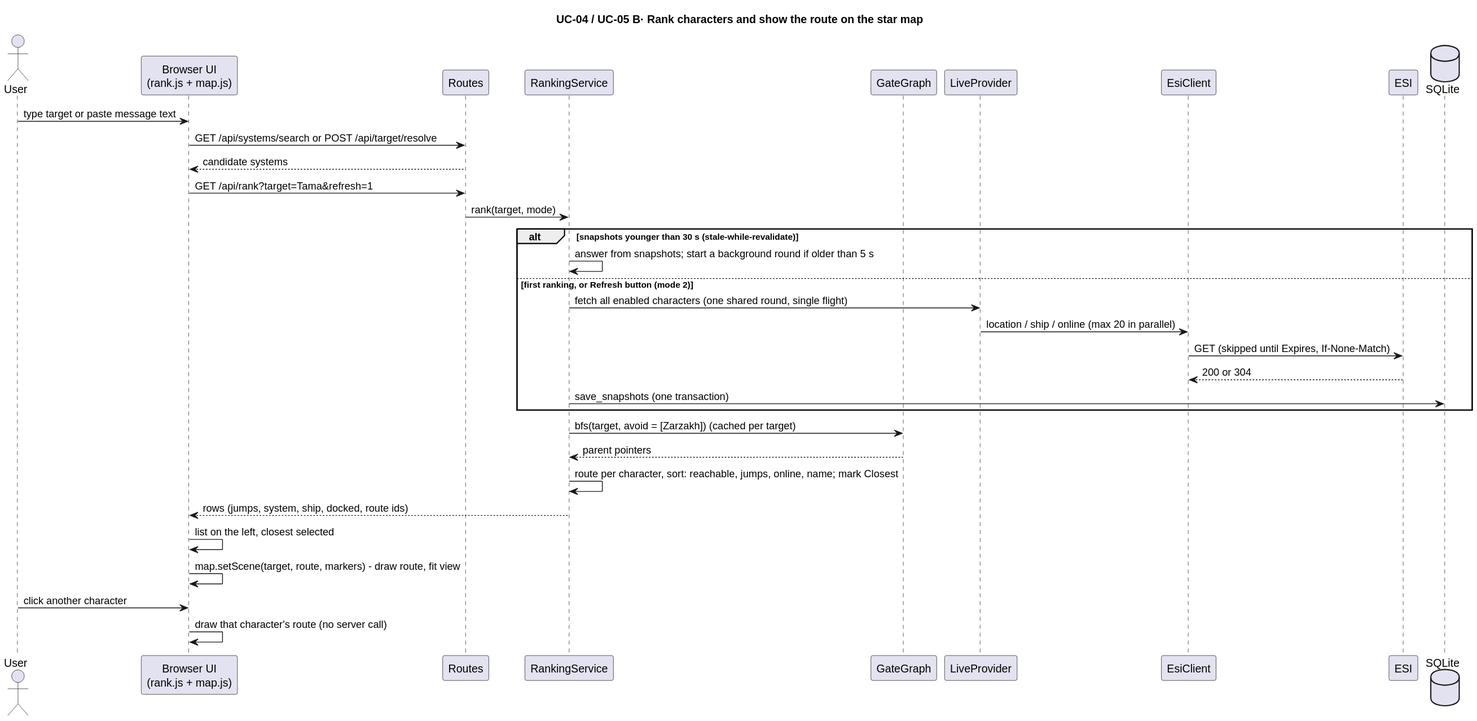
Above: docs/diagrams/seq-rank-and-map.svg in Headruner/war-bot-2 (PlantUML), before the change.
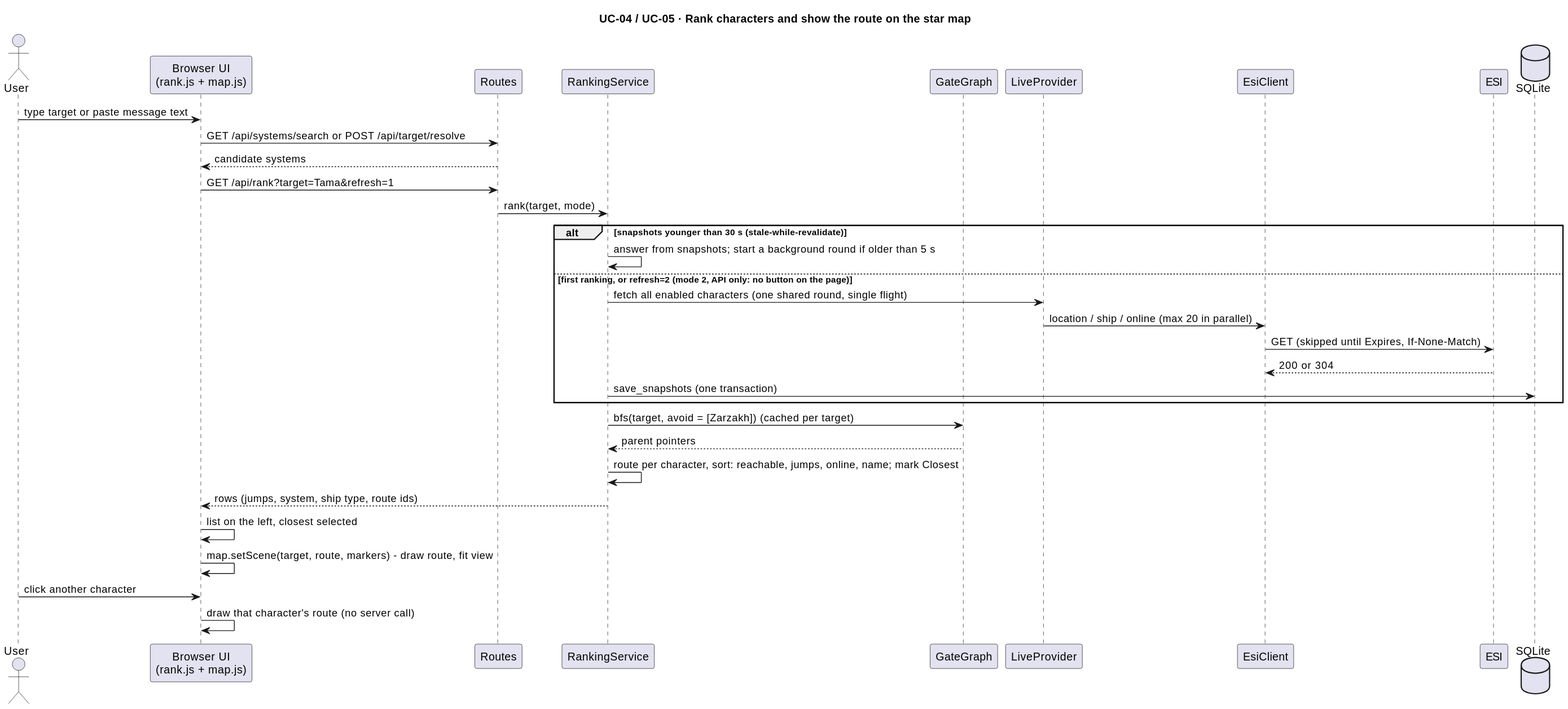
After the change.

The edit, as a diff of the source:
```diff
@@ -1,6 +1,5 @@
 @startuml
-!pragma layout smetana
-title UC-04 / UC-05 В· Rank characters and show the route on the star map
+title UC-04 / UC-05 · Rank characters and show the route on the star map
 skinparam shadowing false
 actor User
 participant "Browser UI\n(rank.js + map.js)" as UI
@@ -19,7 +18,7 @@
 R -> RS : rank(target, mode)
 alt snapshots younger than 30 s (stale-while-revalidate)
   RS -> RS : answer from snapshots; start a background round if older than 5 s
-else first ranking, or Refresh button (mode 2)
+else first ranking, or refresh=2 (mode 2, API only: no button on the page)
   RS -> P : fetch all enabled characters (one shared round, single flight)
   P -> E : location / ship / online (max 20 in parallel)
   E -> ESI : GET (skipped until Expires, If-None-Match)
@@ -29,7 +28,7 @@
 RS -> G : bfs(target, avoid = [Zarzakh]) (cached per target)
 G --> RS : parent pointers
 RS -> RS : route per character, sort: reachable, jumps, online, name; mark Closest
-RS --> UI : rows (jumps, system, ship, docked, route ids)
+RS --> UI : rows (jumps, system, ship type, route ids)
 UI -> UI : list on the left, closest selected
 UI -> UI : map.setScene(target, route, markers) - draw route, fit view
 User -> UI : click another character
```
